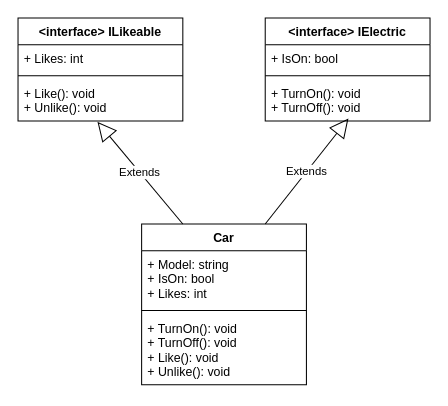
This is Assets/Car+IElectric+ILikeable.drawio from ucudal/PII_Conceptos_de_POO, a draw.io file, before an edit. Source tidied: cells renumbered, new cells numbered last; positions are measured from the earlier drawing's top-left corner, leaving out a move shared by most shapes. Both pictures are drawn from the tidied source at 103%, with x=0, y=0 at pixel (18, 18).
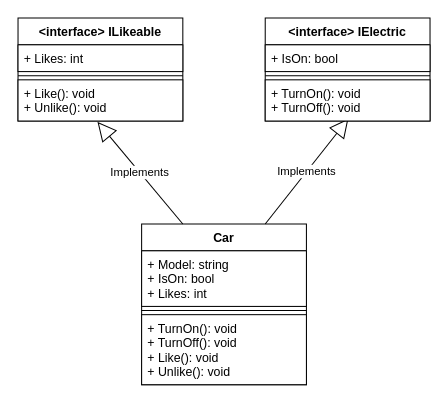
After the change.

Commit message (it also covers changes not shown here):
Added UML diagrams

What changed in the source:
```diff
@@
 <mxGraphModel>
   <root>
     <mxCell id="0" />
     <mxCell id="1" parent="0" />
-    <mxCell id="2" value="&lt;interface&gt; ILikeable" style="swimlane;fontStyle=1;align=center;verticalAlign=top;horizontal=1;startSize=26;" parent="1" vertex="1">
+    <mxCell id="2" value="&lt;interface&gt; ILikeable" style="swimlane;fontStyle=1;align=center;verticalAlign=top;horizontal=1;startSize=26;fillColor=#FFFFFF;fontColor=#000000;strokeColor=#000000;" parent="1" vertex="1">
       <mxGeometry width="160" height="100" as="geometry" />
     </mxCell>
-    <mxCell id="3" value="+ Likes: int" style="text;strokeColor=none;fillColor=none;align=left;verticalAlign=top;spacingLeft=4;spacingRight=4;overflow=hidden;" parent="2" vertex="1">
+    <mxCell id="3" value="+ Likes: int" style="text;align=left;verticalAlign=top;spacingLeft=4;spacingRight=4;overflow=hidden;fillColor=#FFFFFF;fontColor=#000000;strokeColor=#000000;" parent="2" vertex="1">
       <mxGeometry y="26" width="160" height="26" as="geometry" />
     </mxCell>
-    <mxCell id="4" style="line;strokeWidth=1;fillColor=none;align=left;verticalAlign=middle;spacingTop=-1;spacingLeft=3;spacingRight=3;labelPosition=right;" parent="2" vertex="1">
+    <mxCell id="4" style="line;strokeWidth=1;align=left;verticalAlign=middle;spacingTop=-1;spacingLeft=3;spacingRight=3;labelPosition=right;fillColor=#FFFFFF;fontColor=#000000;strokeColor=#000000;" parent="2" vertex="1">
       <mxGeometry y="52" width="160" height="8" as="geometry" />
     </mxCell>
-    <mxCell id="5" value="+ Like(): void&#10;+ Unlike(): void" style="text;strokeColor=none;fillColor=none;align=left;verticalAlign=top;spacingLeft=4;spacingRight=4;overflow=hidden;points=[[0,0.5],[1,0.5]];portConstraint=eastwest;" parent="2" vertex="1">
+    <mxCell id="5" value="+ Like(): void&#10;+ Unlike(): void" style="text;align=left;verticalAlign=top;spacingLeft=4;spacingRight=4;overflow=hidden;points=[[0,0.5],[1,0.5]];portConstraint=eastwest;fillColor=#FFFFFF;fontColor=#000000;strokeColor=#000000;" parent="2" vertex="1">
       <mxGeometry y="60" width="160" height="40" as="geometry" />
     </mxCell>
-    <mxCell id="6" value="Car" style="swimlane;fontStyle=1;align=center;verticalAlign=top;horizontal=1;startSize=26;" parent="1" vertex="1">
+    <mxCell id="6" value="Car" style="swimlane;fontStyle=1;align=center;verticalAlign=top;horizontal=1;startSize=26;fillColor=#FFFFFF;fontColor=#000000;strokeColor=#000000;" parent="1" vertex="1">
       <mxGeometry x="120" y="200" width="160" height="156" as="geometry" />
     </mxCell>
-    <mxCell id="7" value="+ Model: string&#10;+ IsOn: bool&#10;+ Likes: int" style="text;strokeColor=none;fillColor=none;align=left;verticalAlign=top;spacingLeft=4;spacingRight=4;overflow=hidden;" parent="6" vertex="1">
+    <mxCell id="7" value="+ Model: string&#10;+ IsOn: bool&#10;+ Likes: int" style="text;align=left;verticalAlign=top;spacingLeft=4;spacingRight=4;overflow=hidden;fillColor=#FFFFFF;fontColor=#000000;strokeColor=#000000;" parent="6" vertex="1">
       <mxGeometry y="26" width="160" height="54" as="geometry" />
     </mxCell>
-    <mxCell id="8" style="line;strokeWidth=1;fillColor=none;align=left;verticalAlign=middle;spacingTop=-1;spacingLeft=3;spacingRight=3;labelPosition=right;" parent="6" vertex="1">
+    <mxCell id="8" style="line;strokeWidth=1;align=left;verticalAlign=middle;spacingTop=-1;spacingLeft=3;spacingRight=3;labelPosition=right;fillColor=#FFFFFF;fontColor=#000000;strokeColor=#000000;" parent="6" vertex="1">
       <mxGeometry y="80" width="160" height="8" as="geometry" />
     </mxCell>
-    <mxCell id="9" value="+ TurnOn(): void&#10;+ TurnOff(): void&#10;+ Like(): void&#10;+ Unlike(): void" style="text;strokeColor=none;fillColor=none;align=left;verticalAlign=top;spacingLeft=4;spacingRight=4;overflow=hidden;" parent="6" vertex="1">
+    <mxCell id="9" value="+ TurnOn(): void&#10;+ TurnOff(): void&#10;+ Like(): void&#10;+ Unlike(): void" style="text;align=left;verticalAlign=top;spacingLeft=4;spacingRight=4;overflow=hidden;fillColor=#FFFFFF;fontColor=#000000;strokeColor=#000000;" parent="6" vertex="1">
       <mxGeometry y="88" width="160" height="68" as="geometry" />
     </mxCell>
-    <mxCell id="10" value="Extends" style="endArrow=block;endSize=16;endFill=0;html=1;exitX=0.75;exitY=0;exitDx=0;exitDy=0;entryX=0.505;entryY=0.94;entryDx=0;entryDy=0;entryPerimeter=0;" parent="1" edge="1" source="6" target="15">
+    <mxCell id="10" value="Implements" style="endArrow=block;endSize=16;endFill=0;html=1;exitX=0.75;exitY=0;exitDx=0;exitDy=0;entryX=0.505;entryY=0.94;entryDx=0;entryDy=0;entryPerimeter=0;fontColor=#000000;strokeColor=#000000;" parent="1" edge="1" source="6" target="15">
       <mxGeometry relative="1" as="geometry" />
     </mxCell>
-    <mxCell id="11" value="Extends" style="endArrow=block;endSize=16;endFill=0;html=1;entryX=0.482;entryY=1.02;entryDx=0;entryDy=0;entryPerimeter=0;exitX=0.25;exitY=0;exitDx=0;exitDy=0;" parent="1" edge="1" source="6" target="5">
+    <mxCell id="11" value="Implements" style="endArrow=block;endSize=16;endFill=0;html=1;entryX=0.482;entryY=1.02;entryDx=0;entryDy=0;entryPerimeter=0;exitX=0.25;exitY=0;exitDx=0;exitDy=0;fontColor=#000000;strokeColor=#000000;" parent="1" edge="1" source="6" target="5">
       <mxGeometry relative="1" as="geometry" />
     </mxCell>
-    <mxCell id="12" value="&lt;interface&gt; IElectric" style="swimlane;fontStyle=1;align=center;verticalAlign=top;horizontal=1;startSize=26;" parent="1" vertex="1">
+    <mxCell id="12" value="&lt;interface&gt; IElectric" style="swimlane;fontStyle=1;align=center;verticalAlign=top;horizontal=1;startSize=26;fillColor=#FFFFFF;fontColor=#000000;strokeColor=#000000;" parent="1" vertex="1">
       <mxGeometry x="240" width="160" height="100" as="geometry" />
     </mxCell>
-    <mxCell id="13" value="+ IsOn: bool" style="text;strokeColor=none;fillColor=none;align=left;verticalAlign=top;spacingLeft=4;spacingRight=4;overflow=hidden;" parent="12" vertex="1">
+    <mxCell id="13" value="+ IsOn: bool" style="text;align=left;verticalAlign=top;spacingLeft=4;spacingRight=4;overflow=hidden;fillColor=#FFFFFF;fontColor=#000000;strokeColor=#000000;" parent="12" vertex="1">
       <mxGeometry y="26" width="160" height="26" as="geometry" />
     </mxCell>
-    <mxCell id="14" style="line;strokeWidth=1;fillColor=none;align=left;verticalAlign=middle;spacingTop=-1;spacingLeft=3;spacingRight=3;labelPosition=right;" parent="12" vertex="1">
+    <mxCell id="14" style="line;strokeWidth=1;align=left;verticalAlign=middle;spacingTop=-1;spacingLeft=3;spacingRight=3;labelPosition=right;fillColor=#FFFFFF;fontColor=#000000;strokeColor=#000000;" parent="12" vertex="1">
       <mxGeometry y="52" width="160" height="8" as="geometry" />
     </mxCell>
-    <mxCell id="15" value="+ TurnOn(): void&#10;+ TurnOff(): void" style="text;strokeColor=none;fillColor=none;align=left;verticalAlign=top;spacingLeft=4;spacingRight=4;overflow=hidden;points=[[0,0.5],[1,0.5]];portConstraint=eastwest;" parent="12" vertex="1">
+    <mxCell id="15" value="+ TurnOn(): void&#10;+ TurnOff(): void" style="text;align=left;verticalAlign=top;spacingLeft=4;spacingRight=4;overflow=hidden;points=[[0,0.5],[1,0.5]];portConstraint=eastwest;fillColor=#FFFFFF;fontColor=#000000;strokeColor=#000000;" parent="12" vertex="1">
       <mxGeometry y="60" width="160" height="40" as="geometry" />
     </mxCell>
   </root>
 </mxGraphModel>
```
